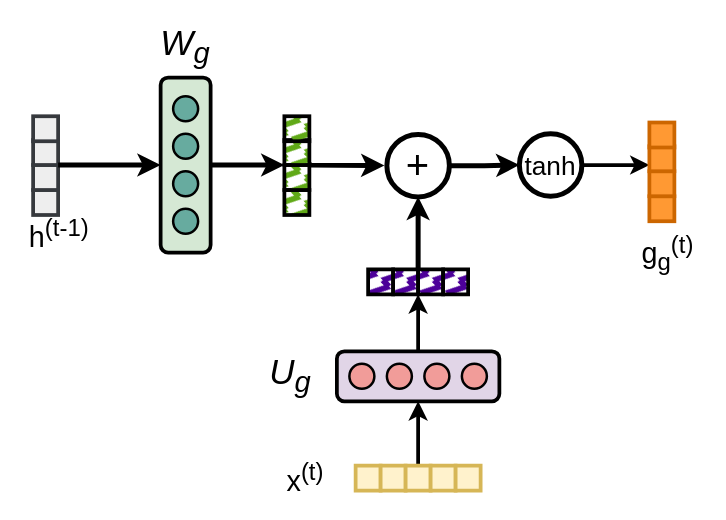
Above: gategate.drawio in viniciusrpb/drawio_flowcharts (draw.io), before the change. Source tidied: cells renumbered, new cells numbered last; positions are measured from the earlier drawing's top-left corner, leaving out a move shared by most shapes. Both pictures are drawn from the tidied source at 125%, with x=0, y=0 at pixel (21, 28).
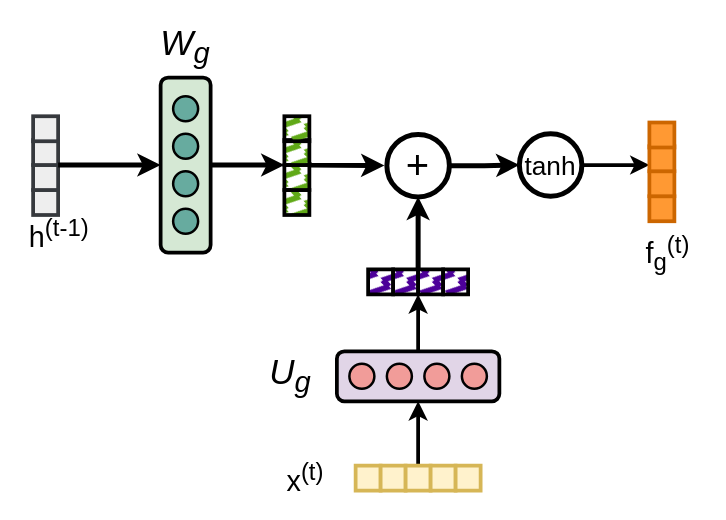
After the change.

The edit, as a diff of the source:
```diff
@@
-    <mxCell id="17" value="g&lt;sub&gt;g&lt;/sub&gt;&lt;sup&gt;(t)&lt;/sup&gt;" style="text;html=1;align=center;verticalAlign=middle;whiteSpace=wrap;rounded=0;fontSize=23;strokeWidth=4;" parent="1" vertex="1">
+    <mxCell id="17" value="f&lt;sub&gt;g&lt;/sub&gt;&lt;sup&gt;(t)&lt;/sup&gt;" style="text;html=1;align=center;verticalAlign=middle;whiteSpace=wrap;rounded=0;fontSize=23;strokeWidth=4;" parent="1" vertex="1">
       <mxGeometry x="487" y="164.5" width="60" height="30" as="geometry" />
     </mxCell>
```
